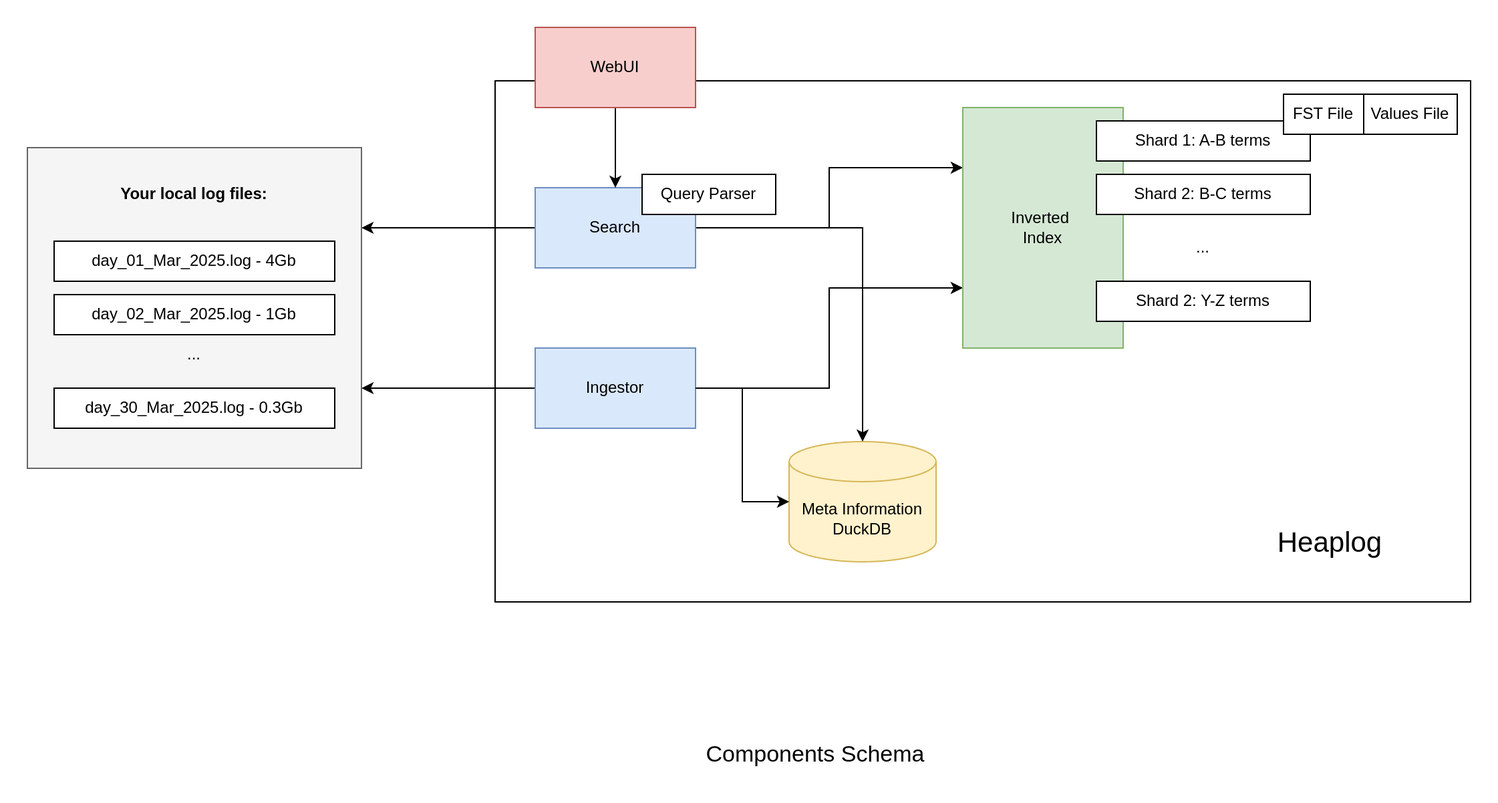
Before: Heaplog_components.png, a diagram exported from draw.io (lezhnev74/heaplog). Source tidied: cells renumbered, new cells last; positions are measured from the earlier drawing's top-left corner, leaving out a move shared by most shapes. Its diagram source:
```xml
<mxGraphModel>
  <root>
    <mxCell id="0" />
    <mxCell id="1" parent="0" />
    <mxCell id="2" style="rounded=0;whiteSpace=wrap;html=1;align=right;" parent="1" vertex="1">
      <mxGeometry x="350" y="40" width="730" height="390" as="geometry" />
    </mxCell>
    <mxCell id="3" style="rounded=0;whiteSpace=wrap;html=1;fillColor=#f5f5f5;fontColor=#333333;strokeColor=#666666;" parent="1" vertex="1">
      <mxGeometry y="90" width="250" height="240" as="geometry" />
    </mxCell>
    <mxCell id="4" value="day_01_Mar_2025.log - 4Gb" style="rounded=0;whiteSpace=wrap;html=1;" parent="1" vertex="1">
      <mxGeometry x="20" y="160" width="210" height="30" as="geometry" />
    </mxCell>
    <mxCell id="5" value="day_02_Mar_2025.log - 1Gb" style="rounded=0;whiteSpace=wrap;html=1;" parent="1" vertex="1">
      <mxGeometry x="20" y="200" width="210" height="30" as="geometry" />
    </mxCell>
    <mxCell id="6" value="day_30_Mar_2025.log - 0.3Gb" style="rounded=0;whiteSpace=wrap;html=1;" parent="1" vertex="1">
      <mxGeometry x="20" y="270" width="210" height="30" as="geometry" />
    </mxCell>
    <mxCell id="7" value="..." style="text;html=1;align=center;verticalAlign=middle;whiteSpace=wrap;rounded=0;" parent="1" vertex="1">
      <mxGeometry x="95" y="230" width="60" height="30" as="geometry" />
    </mxCell>
    <mxCell id="8" value="Your local log files:" style="text;html=1;align=center;verticalAlign=middle;whiteSpace=wrap;rounded=0;fontStyle=1;" parent="1" vertex="1">
      <mxGeometry x="20" y="110" width="210" height="30" as="geometry" />
    </mxCell>
    <mxCell id="9" value="Meta Information&lt;br&gt;DuckDB" style="shape=cylinder3;whiteSpace=wrap;html=1;boundedLbl=1;backgroundOutline=1;size=15;fillColor=#fff2cc;strokeColor=#d6b656;" parent="1" vertex="1">
      <mxGeometry x="570" y="310" width="110" height="90" as="geometry" />
    </mxCell>
    <mxCell id="10" style="edgeStyle=orthogonalEdgeStyle;rounded=0;jettySize=auto;html=1;entryX=1;entryY=0.75;entryDx=0;entryDy=0;" parent="1" edge="1" source="12" target="3">
      <mxGeometry relative="1" as="geometry" />
    </mxCell>
    <mxCell id="11" style="edgeStyle=orthogonalEdgeStyle;rounded=0;jettySize=auto;html=1;entryX=0;entryY=0.75;entryDx=0;entryDy=0;" parent="1" edge="1" source="12" target="19">
      <mxGeometry relative="1" as="geometry" />
    </mxCell>
    <mxCell id="12" value="Ingestor" style="rounded=0;whiteSpace=wrap;html=1;fillColor=#dae8fc;strokeColor=#6c8ebf;" parent="1" vertex="1">
      <mxGeometry x="380" y="240" width="120" height="60" as="geometry" />
    </mxCell>
    <mxCell id="13" style="edgeStyle=orthogonalEdgeStyle;rounded=0;jettySize=auto;html=1;" parent="1" edge="1" source="16" target="9">
      <mxGeometry relative="1" as="geometry" />
    </mxCell>
    <mxCell id="14" style="edgeStyle=orthogonalEdgeStyle;rounded=0;jettySize=auto;html=1;entryX=0;entryY=0.25;entryDx=0;entryDy=0;" parent="1" edge="1" source="16" target="19">
      <mxGeometry relative="1" as="geometry" />
    </mxCell>
    <mxCell id="15" style="edgeStyle=orthogonalEdgeStyle;rounded=0;jettySize=auto;html=1;entryX=1;entryY=0.25;entryDx=0;entryDy=0;" parent="1" edge="1" source="16" target="3">
      <mxGeometry relative="1" as="geometry" />
    </mxCell>
    <mxCell id="16" value="Search" style="rounded=0;whiteSpace=wrap;html=1;fillColor=#dae8fc;strokeColor=#6c8ebf;" parent="1" vertex="1">
      <mxGeometry x="380" y="120" width="120" height="60" as="geometry" />
    </mxCell>
    <mxCell id="17" style="edgeStyle=orthogonalEdgeStyle;rounded=0;jettySize=auto;html=1;entryX=0.5;entryY=0;entryDx=0;entryDy=0;" parent="1" edge="1" source="18" target="16">
      <mxGeometry relative="1" as="geometry" />
    </mxCell>
    <mxCell id="18" value="WebUI" style="rounded=0;whiteSpace=wrap;html=1;fillColor=#f8cecc;strokeColor=#b85450;" parent="1" vertex="1">
      <mxGeometry x="380" width="120" height="60" as="geometry" />
    </mxCell>
    <mxCell id="19" value="Inverted&amp;nbsp;&lt;br&gt;Index" style="rounded=0;whiteSpace=wrap;html=1;fillColor=#d5e8d4;strokeColor=#82b366;" parent="1" vertex="1">
      <mxGeometry x="700" y="60" width="120" height="180" as="geometry" />
    </mxCell>
    <mxCell id="20" value="Shard 1: A-B terms" style="rounded=0;whiteSpace=wrap;html=1;" parent="1" vertex="1">
      <mxGeometry x="800" y="70" width="160" height="30" as="geometry" />
    </mxCell>
    <mxCell id="21" value="Shard 2: B-C terms" style="rounded=0;whiteSpace=wrap;html=1;" parent="1" vertex="1">
      <mxGeometry x="800" y="110" width="160" height="30" as="geometry" />
    </mxCell>
    <mxCell id="22" value="Shard 2: Y-Z terms" style="rounded=0;whiteSpace=wrap;html=1;" parent="1" vertex="1">
      <mxGeometry x="800" y="190" width="160" height="30" as="geometry" />
    </mxCell>
    <mxCell id="23" value="..." style="text;html=1;align=center;verticalAlign=middle;whiteSpace=wrap;rounded=0;" parent="1" vertex="1">
      <mxGeometry x="850" y="150" width="60" height="30" as="geometry" />
    </mxCell>
    <mxCell id="24" value="FST File" style="rounded=0;whiteSpace=wrap;html=1;" parent="1" vertex="1">
      <mxGeometry x="940" y="50" width="60" height="30" as="geometry" />
    </mxCell>
    <mxCell id="25" value="Values File" style="rounded=0;whiteSpace=wrap;html=1;" parent="1" vertex="1">
      <mxGeometry x="1000" y="50" width="70" height="30" as="geometry" />
    </mxCell>
    <mxCell id="26" value="Query Parser" style="rounded=0;whiteSpace=wrap;html=1;" parent="1" vertex="1">
      <mxGeometry x="460" y="110" width="100" height="30" as="geometry" />
    </mxCell>
    <mxCell id="27" style="edgeStyle=orthogonalEdgeStyle;rounded=0;jettySize=auto;html=1;entryX=0;entryY=0.5;entryDx=0;entryDy=0;entryPerimeter=0;" parent="1" edge="1" source="12" target="9">
      <mxGeometry relative="1" as="geometry" />
    </mxCell>
    <mxCell id="28" value="Heaplog" style="text;html=1;align=center;verticalAlign=middle;whiteSpace=wrap;rounded=0;fontSize=21;" parent="1" vertex="1">
      <mxGeometry x="910" y="360" width="130" height="50" as="geometry" />
    </mxCell>
    <mxCell id="29" value="Components Schema" style="text;html=1;align=center;verticalAlign=middle;whiteSpace=wrap;rounded=0;fontSize=17;" parent="1" vertex="1">
      <mxGeometry x="490" y="530" width="200" height="30" as="geometry" />
    </mxCell>
  </root>
</mxGraphModel>
```
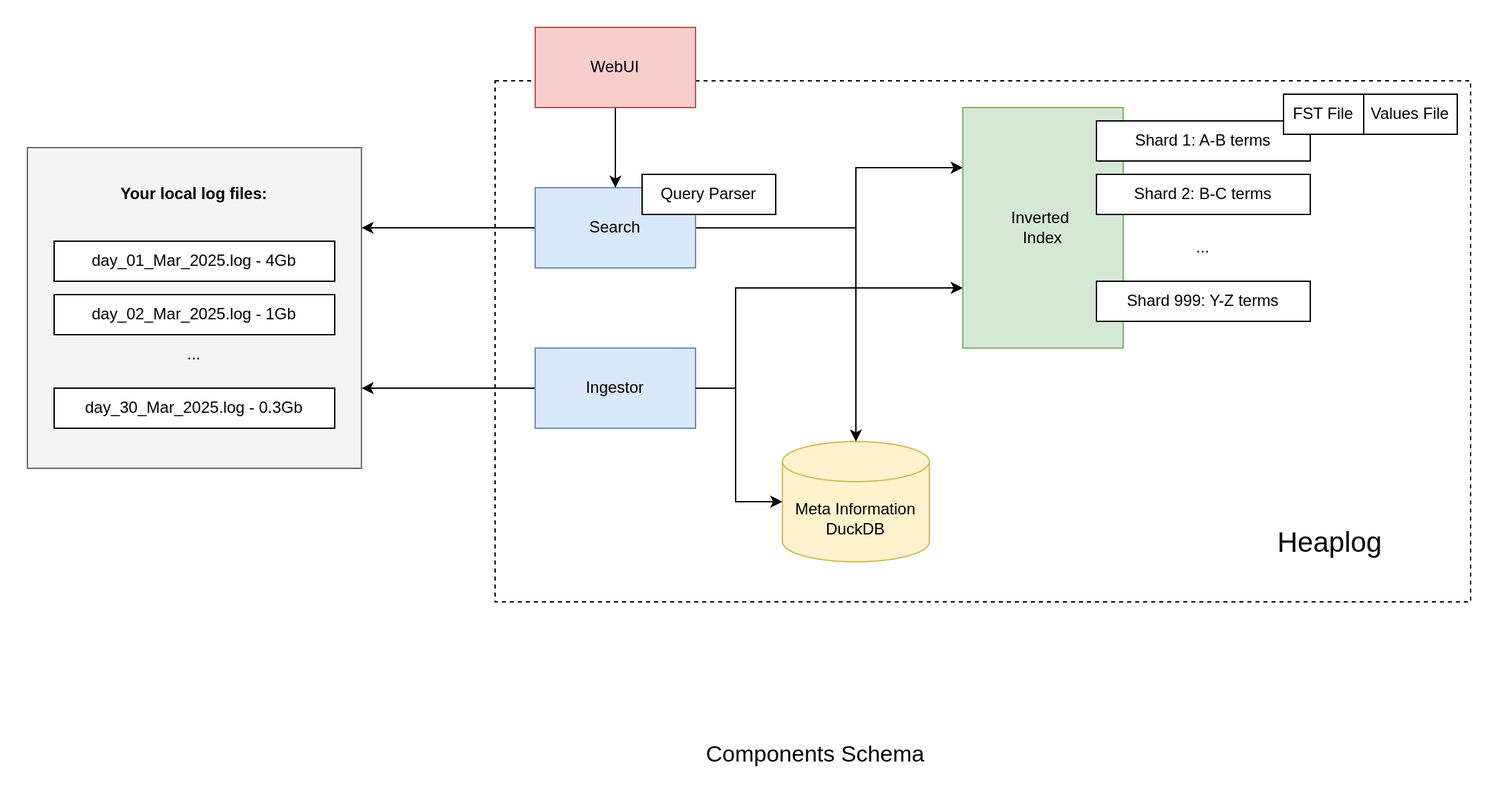
Above is the later version.

The edit, as a diff of the source:
```diff
@@ -2,7 +2,7 @@
   <root>
     <mxCell id="0" />
     <mxCell id="1" parent="0" />
-    <mxCell id="2" style="rounded=0;whiteSpace=wrap;html=1;align=right;" parent="1" vertex="1">
+    <mxCell id="2" style="rounded=0;whiteSpace=wrap;html=1;align=right;dashed=1;fillColor=none;" parent="1" vertex="1">
       <mxGeometry x="350" y="40" width="730" height="390" as="geometry" />
     </mxCell>
     <mxCell id="3" style="rounded=0;whiteSpace=wrap;html=1;fillColor=#f5f5f5;fontColor=#333333;strokeColor=#666666;" parent="1" vertex="1">
@@ -24,13 +24,18 @@
       <mxGeometry x="20" y="110" width="210" height="30" as="geometry" />
     </mxCell>
     <mxCell id="9" value="Meta Information&lt;br&gt;DuckDB" style="shape=cylinder3;whiteSpace=wrap;html=1;boundedLbl=1;backgroundOutline=1;size=15;fillColor=#fff2cc;strokeColor=#d6b656;" parent="1" vertex="1">
-      <mxGeometry x="570" y="310" width="110" height="90" as="geometry" />
+      <mxGeometry x="565" y="310" width="110" height="90" as="geometry" />
     </mxCell>
     <mxCell id="10" style="edgeStyle=orthogonalEdgeStyle;rounded=0;jettySize=auto;html=1;entryX=1;entryY=0.75;entryDx=0;entryDy=0;" parent="1" edge="1" source="12" target="3">
       <mxGeometry relative="1" as="geometry" />
     </mxCell>
     <mxCell id="11" style="edgeStyle=orthogonalEdgeStyle;rounded=0;jettySize=auto;html=1;entryX=0;entryY=0.75;entryDx=0;entryDy=0;" parent="1" edge="1" source="12" target="19">
-      <mxGeometry relative="1" as="geometry" />
+      <mxGeometry relative="1" as="geometry">
+        <Array as="points">
+          <mxPoint x="530" y="270" />
+          <mxPoint x="530" y="195" />
+        </Array>
+      </mxGeometry>
     </mxCell>
     <mxCell id="12" value="Ingestor" style="rounded=0;whiteSpace=wrap;html=1;fillColor=#dae8fc;strokeColor=#6c8ebf;" parent="1" vertex="1">
       <mxGeometry x="380" y="240" width="120" height="60" as="geometry" />
@@ -39,7 +44,12 @@
       <mxGeometry relative="1" as="geometry" />
     </mxCell>
     <mxCell id="14" style="edgeStyle=orthogonalEdgeStyle;rounded=0;jettySize=auto;html=1;entryX=0;entryY=0.25;entryDx=0;entryDy=0;" parent="1" edge="1" source="16" target="19">
-      <mxGeometry relative="1" as="geometry" />
+      <mxGeometry relative="1" as="geometry">
+        <Array as="points">
+          <mxPoint x="620" y="150" />
+          <mxPoint x="620" y="105" />
+        </Array>
+      </mxGeometry>
     </mxCell>
     <mxCell id="15" style="edgeStyle=orthogonalEdgeStyle;rounded=0;jettySize=auto;html=1;entryX=1;entryY=0.25;entryDx=0;entryDy=0;" parent="1" edge="1" source="16" target="3">
       <mxGeometry relative="1" as="geometry" />
@@ -62,7 +72,7 @@
     <mxCell id="21" value="Shard 2: B-C terms" style="rounded=0;whiteSpace=wrap;html=1;" parent="1" vertex="1">
       <mxGeometry x="800" y="110" width="160" height="30" as="geometry" />
     </mxCell>
-    <mxCell id="22" value="Shard 2: Y-Z terms" style="rounded=0;whiteSpace=wrap;html=1;" parent="1" vertex="1">
+    <mxCell id="22" value="Shard 999: Y-Z terms" style="rounded=0;whiteSpace=wrap;html=1;" parent="1" vertex="1">
       <mxGeometry x="800" y="190" width="160" height="30" as="geometry" />
     </mxCell>
     <mxCell id="23" value="..." style="text;html=1;align=center;verticalAlign=middle;whiteSpace=wrap;rounded=0;" parent="1" vertex="1">
@@ -78,7 +88,12 @@
       <mxGeometry x="460" y="110" width="100" height="30" as="geometry" />
     </mxCell>
     <mxCell id="27" style="edgeStyle=orthogonalEdgeStyle;rounded=0;jettySize=auto;html=1;entryX=0;entryY=0.5;entryDx=0;entryDy=0;entryPerimeter=0;" parent="1" edge="1" source="12" target="9">
-      <mxGeometry relative="1" as="geometry" />
+      <mxGeometry relative="1" as="geometry">
+        <Array as="points">
+          <mxPoint x="530" y="270" />
+          <mxPoint x="530" y="355" />
+        </Array>
+      </mxGeometry>
     </mxCell>
     <mxCell id="28" value="Heaplog" style="text;html=1;align=center;verticalAlign=middle;whiteSpace=wrap;rounded=0;fontSize=21;" parent="1" vertex="1">
       <mxGeometry x="910" y="360" width="130" height="50" as="geometry" />
```
